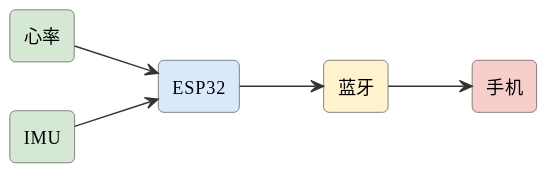
The PlantUML diagram assets/diagrams/ideas-fig41.svg in mingyi0818/IntelligentMcuCourse, before a commit. Its diagram source:
```plantuml
@startuml
skinparam defaultFontName "Microsoft YaHei"
skinparam rectangleRoundCorner 8
skinparam rectangleBorderColor #555
skinparam rectangleFontSize 13
skinparam arrowFontSize 11
skinparam arrowColor #333
left to right direction
rectangle "心率" as hr #d5e8d4
rectangle "IMU" as imu #d5e8d4
rectangle "ESP32" as esp #dae8fc
rectangle "蓝牙" as bt #fff2cc
rectangle "手机" as app #f8cecc
hr --> esp
imu --> esp
esp --> bt
bt --> app
@enduml
```
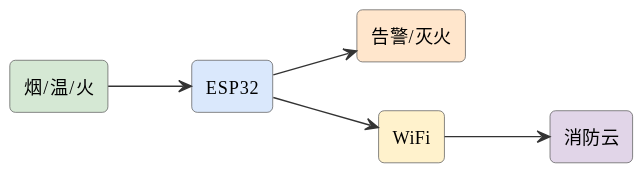
Later version of the same file.

What changed in the source:
```diff
@@ -6,13 +6,13 @@
 skinparam arrowFontSize 11
 skinparam arrowColor #333
 left to right direction
-rectangle "心率" as hr #d5e8d4
-rectangle "IMU" as imu #d5e8d4
+rectangle "烟/温/火" as s #d5e8d4
 rectangle "ESP32" as esp #dae8fc
-rectangle "蓝牙" as bt #fff2cc
-rectangle "手机" as app #f8cecc
-hr --> esp
-imu --> esp
-esp --> bt
-bt --> app
+rectangle "告警/灭火" as act #ffe6cc
+rectangle "WiFi" as wifi #fff2cc
+rectangle "消防云" as cloud #e1d5e8
+s --> esp
+esp --> act
+esp --> wifi
+wifi --> cloud
 @enduml
```
